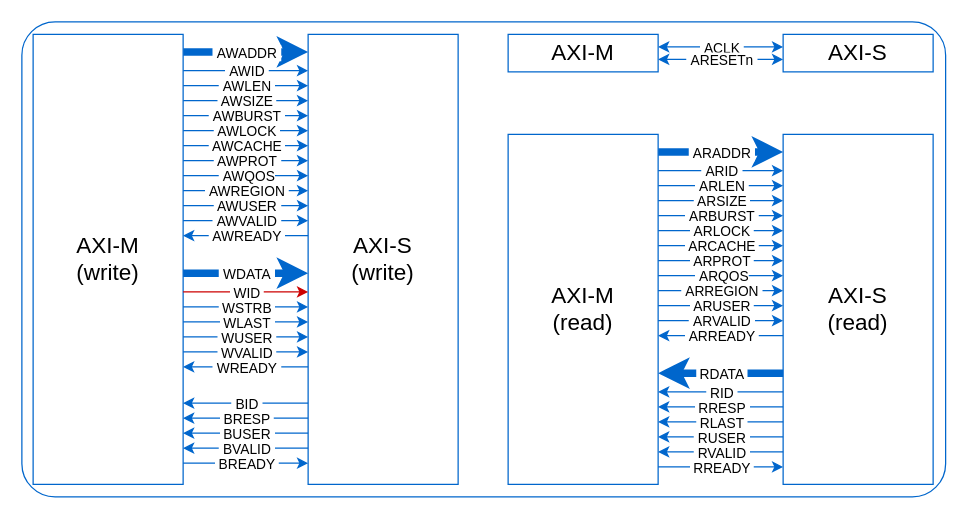
Above: images/axif/axif-interface.drawio in rodrigomelo9/amba (draw.io), before the change. Source tidied: cells renumbered, new cells numbered last; positions are measured from the earlier drawing's top-left corner, leaving out a move shared by most shapes. Both pictures are drawn from the tidied source at 125%, with x=0, y=0 at pixel (21, 21).
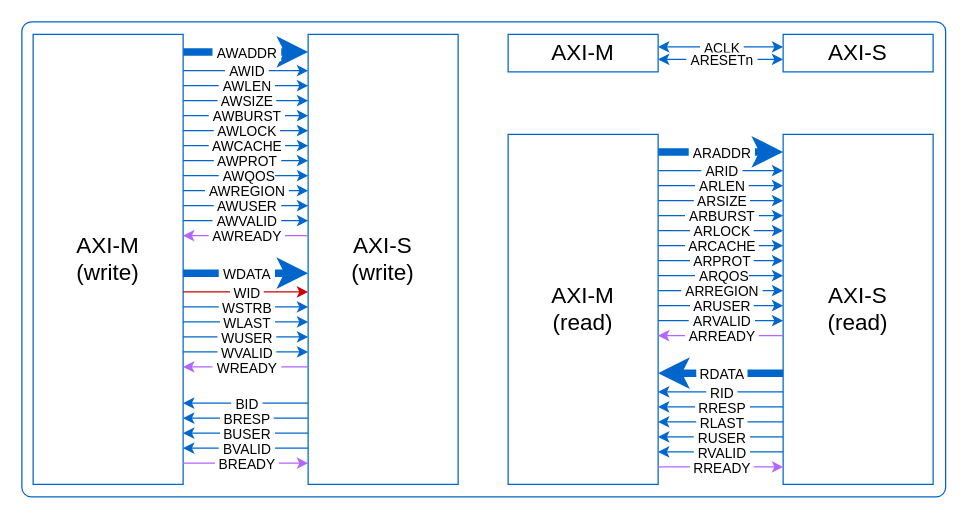
The same page after the edit.

Commit message (it also covers changes not shown here):
Improved axif-interface image

Diff of the diagram source:
```diff
@@
-    <mxCell id="2" style="rounded=1;whiteSpace=wrap;html=1;strokeColor=#0066CC;fontSize=18;arcSize=7;" parent="1" vertex="1">
+    <mxCell id="2" style="rounded=1;whiteSpace=wrap;html=1;strokeColor=#0066CC;fontSize=18;arcSize=2;" parent="1" vertex="1">
       <mxGeometry width="739" height="380" as="geometry" />
     </mxCell>
@@
-    <mxCell id="29" style="endArrow=none;html=1;rounded=0;strokeColor=#0066CC;startArrow=classic;startFill=1;endFill=0;" parent="1" edge="1">
+    <mxCell id="29" style="endArrow=none;html=1;rounded=0;strokeColor=#B266FF;startArrow=classic;startFill=1;endFill=0;" parent="1" edge="1">
       <mxGeometry relative="1" as="geometry">
         <mxPoint x="129" y="171" as="sourcePoint" />
         <mxPoint x="229" y="171" as="targetPoint" />
       </mxGeometry>
     </mxCell>
@@
-    <mxCell id="49" style="endArrow=none;html=1;rounded=0;strokeColor=#0066CC;startArrow=classic;startFill=1;endFill=0;" parent="1" edge="1">
+    <mxCell id="49" style="endArrow=none;html=1;rounded=0;strokeColor=#B266FF;startArrow=classic;startFill=1;endFill=0;" parent="1" edge="1">
       <mxGeometry relative="1" as="geometry">
         <mxPoint x="129" y="276" as="sourcePoint" />
         <mxPoint x="229" y="276" as="targetPoint" />
       </mxGeometry>
     </mxCell>
@@
-    <mxCell id="59" style="endArrow=classic;html=1;rounded=0;strokeColor=#0066CC;startArrow=none;startFill=0;endFill=1;" parent="1" edge="1">
+    <mxCell id="59" style="endArrow=classic;html=1;rounded=0;strokeColor=#B266FF;startArrow=none;startFill=0;endFill=1;" parent="1" edge="1">
       <mxGeometry relative="1" as="geometry">
         <mxPoint x="129" y="353" as="sourcePoint" />
         <mxPoint x="229" y="353" as="targetPoint" />
       </mxGeometry>
     </mxCell>
@@
-    <mxCell id="87" style="endArrow=none;html=1;rounded=0;strokeColor=#0066CC;startArrow=classic;startFill=1;endFill=0;" parent="1" edge="1">
+    <mxCell id="87" style="endArrow=none;html=1;rounded=0;strokeColor=#B266FF;startArrow=classic;startFill=1;endFill=0;" parent="1" edge="1">
       <mxGeometry relative="1" as="geometry">
         <mxPoint x="509" y="251" as="sourcePoint" />
         <mxPoint x="609" y="251" as="targetPoint" />
       </mxGeometry>
     </mxCell>
@@
-    <mxCell id="99" style="endArrow=classic;html=1;rounded=0;strokeColor=#0066CC;startArrow=none;startFill=0;endFill=1;" parent="1" edge="1">
+    <mxCell id="99" style="endArrow=classic;html=1;rounded=0;strokeColor=#B266FF;startArrow=none;startFill=0;endFill=1;" parent="1" edge="1">
       <mxGeometry relative="1" as="geometry">
         <mxPoint x="509" y="356" as="sourcePoint" />
         <mxPoint x="609" y="356" as="targetPoint" />
       </mxGeometry>
     </mxCell>
```
